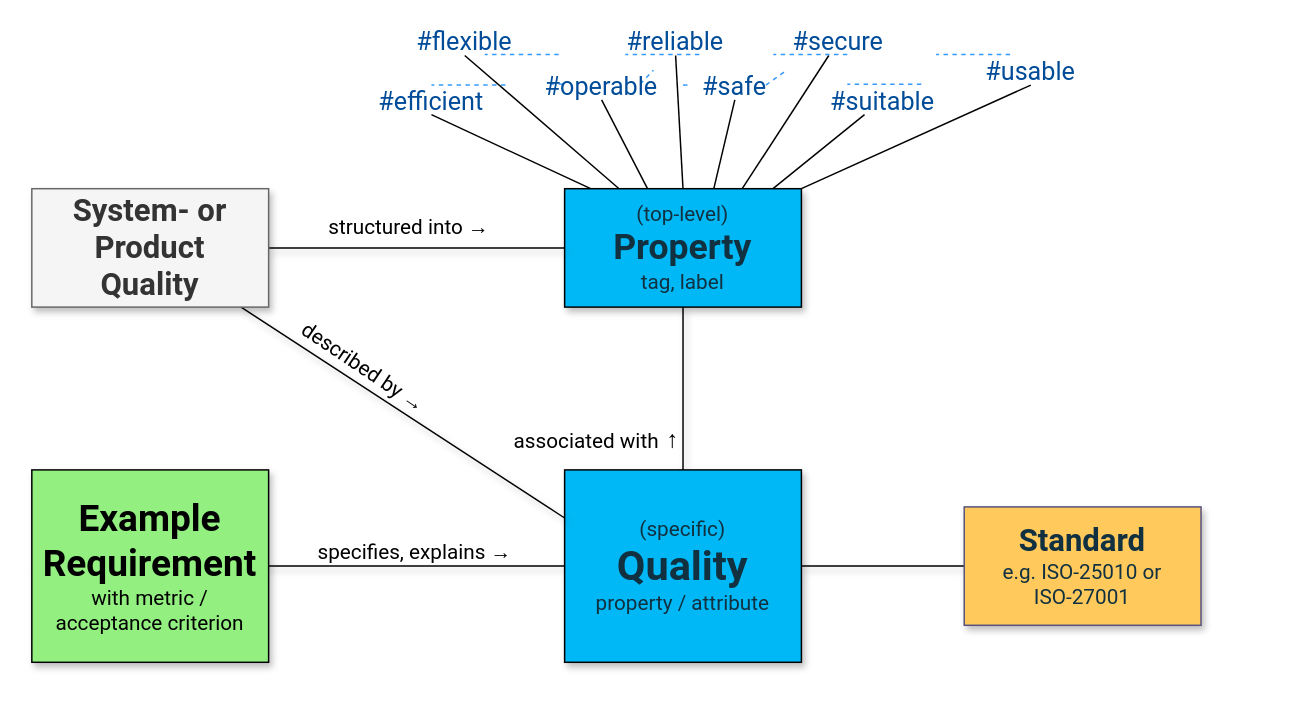
Before: page "Q42 Meta Model" (1 of 2) of originals/metamodel/q42-metamodel.drawio in arc42/quality.arc42.org-site, a draw.io diagram. Source tidied: cells renumbered, new cells numbered last; positions are measured from the earlier drawing's top-left corner, leaving out a move shared by most shapes. Both pictures are drawn from the tidied source at 148%, with x=0, y=0 at pixel (31, 25). Pictures stored in the file or linked from it are replaced by grey dashed boxes.
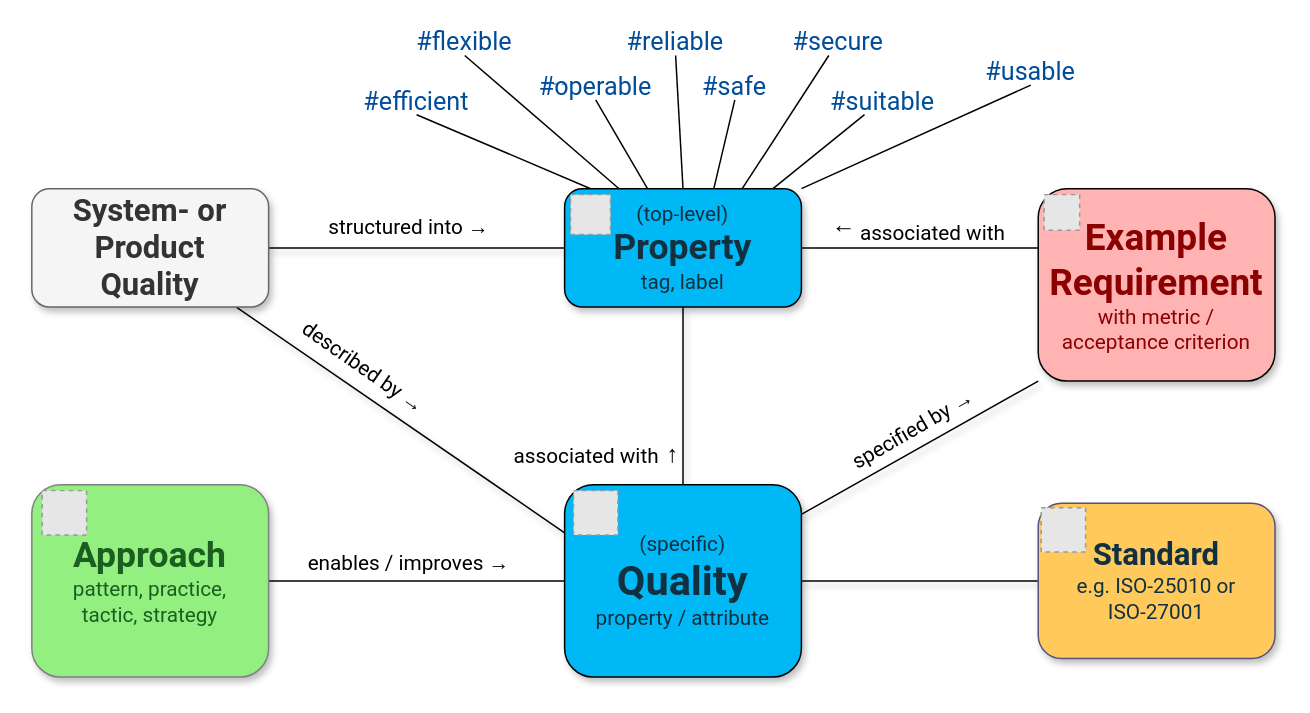
Above is the later version.

The change refers to these unchanged cells:
```xml
<mxCell id="43" value="&lt;p class=&quot;p1&quot; style=&quot;margin: 0px; font-variant-numeric: normal; font-variant-east-asian: normal; font-variant-alternates: normal; font-size-adjust: none; font-kerning: auto; font-optical-sizing: auto; font-feature-settings: normal; font-variation-settings: normal; font-variant-position: normal; font-variant-emoji: normal; font-stretch: normal; line-height: normal;&quot;&gt;&lt;span&gt;#safe&lt;/span&gt;&lt;/p&gt;" style="text;html=1;align=center;verticalAlign=middle;whiteSpace=wrap;rounded=0;fontFamily=Roboto;fontColor=#004C99;fontSize=17;" parent="1" vertex="1">
  <mxGeometry x="440" y="30" width="70" height="20" as="geometry" />
</mxCell>
```

The edit, as a diff of the source:
```diff
@@
-    <mxCell id="3" value="&lt;font style=&quot;font-size: 14px;&quot;&gt;(top-level)&lt;/font&gt;&lt;div&gt;&lt;font style=&quot;font-size: 24px;&quot;&gt;&lt;b&gt;Property&lt;/b&gt;&lt;/font&gt;&lt;/div&gt;&lt;div&gt;&lt;font style=&quot;font-size: 14px;&quot;&gt;tag, label&lt;/font&gt;&lt;/div&gt;" style="rounded=0;whiteSpace=wrap;html=1;fillColor=light-dark(#00B8F5,#EDEDED);fontFamily=Roboto;shadow=1;points=[[0,0,0,0,0],[0,0.5,0,0,0],[0,1,0,0,0],[0.11,0,0,0,0],[0.23,0,0,0,0],[0.25,1,0,0,0],[0.35,0,0,0,0],[0.5,0,0,0,0],[0.5,1,0,0,0],[0.63,0,0,0,0],[0.75,0,0,0,0],[0.75,1,0,0,0],[0.88,0,0,0,0],[1,0,0,0,0],[1,0.5,0,0,0],[1,1,0,0,0]];fontColor=#113040;" parent="1" vertex="1">
+    <mxCell id="3" value="&lt;font style=&quot;font-size: 14px;&quot;&gt;(top-level)&lt;/font&gt;&lt;div&gt;&lt;font style=&quot;font-size: 24px;&quot;&gt;&lt;b&gt;Property&lt;/b&gt;&lt;/font&gt;&lt;/div&gt;&lt;div&gt;&lt;font style=&quot;font-size: 14px;&quot;&gt;tag, label&lt;/font&gt;&lt;/div&gt;" style="rounded=1;whiteSpace=wrap;html=1;fillColor=light-dark(#00B8F5,#EDEDED);fontFamily=Roboto;shadow=1;points=[[0,0,0,0,0],[0,0.5,0,0,0],[0,1,0,0,0],[0.11,0,0,0,0],[0.23,0,0,0,0],[0.25,1,0,0,0],[0.35,0,0,0,0],[0.5,0,0,0,0],[0.5,1,0,0,0],[0.63,0,0,0,0],[0.75,0,0,0,0],[0.75,1,0,0,0],[0.88,0,0,0,0],[1,0,0,0,0],[1,0.5,0,0,0],[1,1,0,0,0]];fontColor=#113040;" parent="1" vertex="1">
       <mxGeometry x="360" y="110" width="160" height="80" as="geometry" />
     </mxCell>
-    <mxCell id="4" style="rounded=0;jettySize=auto;html=1;entryX=0;entryY=0.5;entryDx=0;entryDy=0;endArrow=none;startFill=0;fontFamily=Roboto;shadow=1;" parent="1" edge="1" source="6" target="10">
+    <mxCell id="4" style="rounded=0;jettySize=auto;html=1;endArrow=none;startFill=0;fontFamily=Roboto;shadow=1;" parent="1" edge="1" source="6" target="11">
       <mxGeometry relative="1" as="geometry" />
     </mxCell>
-    <mxCell id="5" style="edgeStyle=orthogonalEdgeStyle;rounded=0;jettySize=auto;html=1;endArrow=none;startFill=0;fontFamily=Roboto;shadow=1;" parent="1" edge="1" source="6" target="11">
-      <mxGeometry relative="1" as="geometry" />
-    </mxCell>
-    <mxCell id="6" value="&lt;div&gt;&lt;font style=&quot;font-size: 14px;&quot;&gt;(specific)&lt;/font&gt;&lt;/div&gt;&lt;font style=&quot;font-size: 28px;&quot;&gt;&lt;b style=&quot;&quot;&gt;Quality&lt;/b&gt;&lt;/font&gt;&lt;div&gt;&lt;font style=&quot;font-size: 14px;&quot;&gt;property / attribute&lt;/font&gt;&lt;/div&gt;" style="rounded=0;whiteSpace=wrap;html=1;fillColor=light-dark(#00B8F5,#EDEDED);fontFamily=Roboto;shadow=1;fontColor=#113040;" parent="1" vertex="1">
-      <mxGeometry x="360" y="300" width="160" height="130" as="geometry" />
-    </mxCell>
@@
-    <mxCell id="8" style="rounded=0;jettySize=auto;html=1;entryX=0;entryY=0.25;entryDx=0;entryDy=0;endArrow=none;startFill=0;fontFamily=Roboto;shadow=1;" parent="1" edge="1" source="9" target="6">
+    <mxCell id="8" style="rounded=0;jettySize=auto;html=1;endArrow=none;startFill=0;fontFamily=Roboto;shadow=1;entryX=0;entryY=0.25;entryDx=0;entryDy=0;" parent="1" edge="1" source="9" target="6">
       <mxGeometry relative="1" as="geometry" />
     </mxCell>
-    <mxCell id="9" value="&lt;font&gt;System- or&lt;/font&gt;&lt;div&gt;&lt;font&gt;Product&lt;/font&gt;&lt;/div&gt;&lt;div&gt;&lt;font&gt;Quality&lt;/font&gt;&lt;/div&gt;" style="rounded=0;whiteSpace=wrap;html=1;fontFamily=Roboto;fillColor=#f5f5f5;fontColor=#333333;strokeColor=#666666;fontSize=21;fontStyle=1;shadow=1;" parent="1" vertex="1">
+    <mxCell id="9" value="&lt;font&gt;System- or&lt;/font&gt;&lt;div&gt;&lt;font&gt;Product&lt;/font&gt;&lt;/div&gt;&lt;div&gt;&lt;font&gt;Quality&lt;/font&gt;&lt;/div&gt;" style="rounded=1;whiteSpace=wrap;html=1;fontFamily=Roboto;fillColor=#f5f5f5;fontColor=#333333;strokeColor=#666666;fontSize=21;fontStyle=1;shadow=1;" parent="1" vertex="1">
       <mxGeometry y="110" width="160" height="80" as="geometry" />
     </mxCell>
-    <mxCell id="10" value="&lt;div&gt;&lt;b style=&quot;background-color: transparent;&quot;&gt;&lt;font style=&quot;font-size: 25px;&quot;&gt;Example&lt;/font&gt;&lt;/b&gt;&lt;/div&gt;&lt;div&gt;&lt;font&gt;&lt;b style=&quot;&quot;&gt;&lt;font style=&quot;font-size: 25px;&quot;&gt;Requirement&lt;/font&gt;&lt;br&gt;&lt;/b&gt;&lt;/font&gt;&lt;div&gt;&lt;font style=&quot;font-size: 14px;&quot;&gt;with metric /&lt;/font&gt;&lt;/div&gt;&lt;/div&gt;&lt;div&gt;&lt;font style=&quot;font-size: 14px;&quot;&gt;acceptance criterion&lt;/font&gt;&lt;/div&gt;" style="rounded=0;whiteSpace=wrap;html=1;fillColor=light-dark(#92EF80,#EDEDED);fontFamily=Roboto;shadow=1;" parent="1" vertex="1">
-      <mxGeometry y="300" width="160" height="130" as="geometry" />
-    </mxCell>
-    <mxCell id="11" value="&lt;font style=&quot;color: rgb(17, 48, 64);&quot;&gt;&lt;font style=&quot;font-size: 21px;&quot;&gt;&lt;b style=&quot;&quot;&gt;Standard&lt;/b&gt;&lt;/font&gt;&lt;span style=&quot;font-size: 14px; background-color: transparent;&quot;&gt;&lt;br&gt;e.g. ISO-25010 or &lt;br&gt;ISO-27001&lt;/span&gt;&lt;/font&gt;" style="rounded=0;whiteSpace=wrap;html=1;fontFamily=Roboto;fillColor=#FFC95C;strokeColor=#56517e;shadow=1;" parent="1" vertex="1">
-      <mxGeometry x="630" y="325" width="160" height="80" as="geometry" />
-    </mxCell>
@@
-    <mxCell id="13" value="&lt;p class=&quot;p1&quot; style=&quot;margin: 0px; font-variant-numeric: normal; font-variant-east-asian: normal; font-variant-alternates: normal; font-size-adjust: none; font-kerning: auto; font-optical-sizing: auto; font-feature-settings: normal; font-variation-settings: normal; font-variant-position: normal; font-variant-emoji: normal; font-stretch: normal; line-height: normal;&quot;&gt;&lt;font style=&quot;font-size: 14px;&quot;&gt;described by →&lt;/font&gt;&lt;/p&gt;" style="text;html=1;align=center;verticalAlign=middle;whiteSpace=wrap;rounded=0;fontFamily=Roboto;rotation=34;" parent="1" vertex="1">
+    <mxCell id="13" value="&lt;p class=&quot;p1&quot; style=&quot;margin: 0px; font-variant-numeric: normal; font-variant-east-asian: normal; font-variant-alternates: normal; font-size-adjust: none; font-kerning: auto; font-optical-sizing: auto; font-feature-settings: normal; font-variation-settings: normal; font-variant-position: normal; font-variant-emoji: normal; font-stretch: normal; line-height: normal;&quot;&gt;&lt;font style=&quot;font-size: 14px;&quot;&gt;described by →&lt;/font&gt;&lt;/p&gt;" style="text;html=1;align=center;verticalAlign=middle;whiteSpace=wrap;rounded=0;fontFamily=Roboto;rotation=35;" parent="1" vertex="1">
       <mxGeometry x="160" y="220" width="130" height="20" as="geometry" />
     </mxCell>
-    <mxCell id="14" value="&lt;p class=&quot;p1&quot; style=&quot;margin: 0px; font-variant-numeric: normal; font-variant-east-asian: normal; font-variant-alternates: normal; font-size-adjust: none; font-kerning: auto; font-optical-sizing: auto; font-feature-settings: normal; font-variation-settings: normal; font-variant-position: normal; font-variant-emoji: normal; font-stretch: normal; line-height: normal;&quot;&gt;&lt;font style=&quot;font-size: 14px;&quot;&gt;specifies, explains →&lt;/font&gt;&lt;/p&gt;" style="text;html=1;align=center;verticalAlign=middle;whiteSpace=wrap;rounded=0;fontFamily=Roboto;" parent="1" vertex="1">
-      <mxGeometry x="188" y="340" width="142" height="30" as="geometry" />
-    </mxCell>
     <mxCell id="15" value="&lt;p class=&quot;p1&quot; style=&quot;margin: 0px; font-variant-numeric: normal; font-variant-east-asian: normal; font-variant-alternates: normal; font-size-adjust: none; font-kerning: auto; font-optical-sizing: auto; font-feature-settings: normal; font-variation-settings: normal; font-variant-position: normal; font-variant-emoji: normal; font-stretch: normal; line-height: normal;&quot;&gt;&lt;font&gt;#efficient&lt;/font&gt;&lt;/p&gt;" style="text;html=1;align=center;verticalAlign=middle;whiteSpace=wrap;rounded=0;fontFamily=Roboto;strokeColor=none;dashed=1;sketch=1;curveFitting=1;jiggle=2;fontColor=#004C99;fontSize=17;" parent="1" vertex="1">
-      <mxGeometry x="240" y="40" width="60" height="20" as="geometry" />
+      <mxGeometry x="230" y="40" width="60" height="20" as="geometry" />
     </mxCell>
@@
-    <mxCell id="29" style="rounded=0;orthogonalLoop=1;jettySize=auto;html=1;endArrow=none;startFill=0;entryX=1;entryY=0;entryDx=0;entryDy=0;entryPerimeter=0;strokeColor=#3399FF;strokeWidth=1;dashed=1;fontColor=#004C99;fontSize=17;" parent="1" edge="1">
-      <mxGeometry relative="1" as="geometry">
-        <mxPoint x="551" y="19.4" as="sourcePoint" />
-        <mxPoint x="501" y="19.4" as="targetPoint" />
-      </mxGeometry>
-    </mxCell>
-    <mxCell id="30" style="rounded=0;orthogonalLoop=1;jettySize=auto;html=1;endArrow=none;startFill=0;entryX=1;entryY=0;entryDx=0;entryDy=0;entryPerimeter=0;strokeColor=#3399FF;strokeWidth=1;dashed=1;fontColor=#004C99;fontSize=17;" parent="1" edge="1">
-      <mxGeometry relative="1" as="geometry">
-        <mxPoint x="601" y="39.4" as="sourcePoint" />
-        <mxPoint x="551" y="39.4" as="targetPoint" />
-      </mxGeometry>
-    </mxCell>
-    <mxCell id="31" style="rounded=0;orthogonalLoop=1;jettySize=auto;html=1;endArrow=none;startFill=0;entryX=1;entryY=0;entryDx=0;entryDy=0;entryPerimeter=0;strokeColor=#3399FF;strokeWidth=1;dashed=1;fontColor=#004C99;fontSize=17;" parent="1" edge="1">
-      <mxGeometry relative="1" as="geometry">
-        <mxPoint x="451" y="19.4" as="sourcePoint" />
-        <mxPoint x="401" y="19.4" as="targetPoint" />
-      </mxGeometry>
-    </mxCell>
-    <mxCell id="32" style="rounded=0;orthogonalLoop=1;jettySize=auto;html=1;endArrow=none;startFill=0;entryX=1;entryY=0;entryDx=0;entryDy=0;entryPerimeter=0;strokeColor=#3399FF;strokeWidth=1;dashed=1;fontColor=#004C99;fontSize=17;" parent="1" edge="1">
-      <mxGeometry relative="1" as="geometry">
-        <mxPoint x="356" y="19.4" as="sourcePoint" />
-        <mxPoint x="306" y="19.4" as="targetPoint" />
-      </mxGeometry>
-    </mxCell>
-    <mxCell id="33" style="rounded=0;orthogonalLoop=1;jettySize=auto;html=1;endArrow=none;startFill=0;entryX=1;entryY=0;entryDx=0;entryDy=0;entryPerimeter=0;strokeColor=#3399FF;strokeWidth=1;dashed=1;fontColor=#004C99;fontSize=17;" parent="1" edge="1">
-      <mxGeometry relative="1" as="geometry">
-        <mxPoint x="320" y="40" as="sourcePoint" />
-        <mxPoint x="270" y="40" as="targetPoint" />
-      </mxGeometry>
-    </mxCell>
@@
-    <mxCell id="35" style="rounded=0;orthogonalLoop=1;jettySize=auto;html=1;endArrow=none;startFill=0;entryX=1;entryY=0;entryDx=0;entryDy=0;entryPerimeter=0;strokeColor=#3399FF;strokeWidth=1;dashed=1;fontColor=#004C99;fontSize=17;" parent="1" edge="1">
-      <mxGeometry relative="1" as="geometry">
-        <mxPoint x="661" y="19.4" as="sourcePoint" />
-        <mxPoint x="611" y="19.4" as="targetPoint" />
-      </mxGeometry>
-    </mxCell>
-    <mxCell id="36" style="rounded=0;jettySize=auto;html=1;endArrow=none;startFill=0;entryX=1;entryY=0;entryDx=0;entryDy=0;entryPerimeter=0;strokeColor=#3399FF;strokeWidth=1;dashed=1;fontColor=#004C99;fontSize=17;" parent="1" edge="1" source="43">
-      <mxGeometry relative="1" as="geometry">
-        <mxPoint x="446" y="40" as="targetPoint" />
-      </mxGeometry>
-    </mxCell>
     <mxCell id="37" style="group;" parent="1" vertex="1">
-      <mxGeometry x="310" y="270" width="130" height="21" as="geometry" />
+      <mxGeometry x="310" y="280" width="130" height="21" as="geometry" />
     </mxCell>
@@
-    <mxCell id="40" style="rounded=0;jettySize=auto;html=1;endArrow=none;startFill=0;entryX=1;entryY=0;entryDx=0;entryDy=0;entryPerimeter=0;strokeColor=#3399FF;strokeWidth=1;dashed=1;fontColor=#004C99;fontSize=17;" parent="1" edge="1" target="41">
-      <mxGeometry relative="1" as="geometry">
-        <mxPoint x="411" y="39.4" as="sourcePoint" />
-      </mxGeometry>
-    </mxCell>
     <mxCell id="41" value="&lt;p class=&quot;p1&quot; style=&quot;margin: 0px; font-variant-numeric: normal; font-variant-east-asian: normal; font-variant-alternates: normal; font-size-adjust: none; font-kerning: auto; font-optical-sizing: auto; font-feature-settings: normal; font-variation-settings: normal; font-variant-position: normal; font-variant-emoji: normal; font-stretch: normal; line-height: normal;&quot;&gt;&lt;font&gt;#operable&lt;/font&gt;&lt;/p&gt;" style="text;html=1;align=center;verticalAlign=middle;whiteSpace=wrap;rounded=0;fontFamily=Roboto;fontColor=#004C99;fontSize=17;" parent="1" vertex="1">
-      <mxGeometry x="350" y="30" width="70" height="20" as="geometry" />
+      <mxGeometry x="346" y="30" width="70" height="20" as="geometry" />
     </mxCell>
-    <mxCell id="42" style="rounded=0;jettySize=auto;html=1;endArrow=none;startFill=0;entryX=1;entryY=0;entryDx=0;entryDy=0;entryPerimeter=0;strokeColor=#3399FF;strokeWidth=1;dashed=1;fontColor=#004C99;fontSize=17;" parent="1" edge="1" target="43">
-      <mxGeometry relative="1" as="geometry">
-        <mxPoint x="496" y="40" as="sourcePoint" />
-      </mxGeometry>
-    </mxCell>
@@
+    <mxCell id="44" style="rounded=0;jettySize=auto;html=1;endArrow=none;startFill=0;fontFamily=Roboto;shadow=1;" parent="1" edge="1" source="6">
+      <mxGeometry relative="1" as="geometry">
+        <mxPoint x="680" y="240" as="targetPoint" />
+      </mxGeometry>
+    </mxCell>
+    <mxCell id="6" value="&lt;div&gt;&lt;font style=&quot;font-size: 14px;&quot;&gt;(specific)&lt;/font&gt;&lt;/div&gt;&lt;font style=&quot;font-size: 28px;&quot;&gt;&lt;b style=&quot;&quot;&gt;Quality&lt;/b&gt;&lt;/font&gt;&lt;div&gt;&lt;font style=&quot;font-size: 14px;&quot;&gt;property / attribute&lt;/font&gt;&lt;/div&gt;" style="rounded=1;whiteSpace=wrap;html=1;fillColor=light-dark(#00B8F5,#EDEDED);fontFamily=Roboto;shadow=1;fontColor=#113040;" parent="1" vertex="1">
+      <mxGeometry x="360" y="310" width="160" height="130" as="geometry" />
+    </mxCell>
+    <mxCell id="45" value="&lt;p class=&quot;p1&quot; style=&quot;margin: 0px; font-variant-numeric: normal; font-variant-east-asian: normal; font-variant-alternates: normal; font-size-adjust: none; font-kerning: auto; font-optical-sizing: auto; font-feature-settings: normal; font-variation-settings: normal; font-variant-position: normal; font-variant-emoji: normal; font-stretch: normal; line-height: normal;&quot;&gt;&lt;font style=&quot;font-size: 14px;&quot;&gt;specified by →&lt;/font&gt;&lt;/p&gt;" style="text;html=1;align=center;verticalAlign=middle;whiteSpace=wrap;rounded=0;fontFamily=Roboto;rotation=-30;" parent="1" vertex="1">
+      <mxGeometry x="530" y="257" width="130" height="30" as="geometry" />
+    </mxCell>
+    <mxCell id="46" style="fillColor=#E6E6E6;strokeColor=#999999;dashed=1;verticalLabelPosition=bottom;verticalAlign=top;" parent="1" vertex="1">
+      <mxGeometry x="366" y="314" width="30" height="30" as="geometry" />
+    </mxCell>
+    <mxCell id="47" style="fillColor=#E6E6E6;strokeColor=#999999;dashed=1;verticalLabelPosition=bottom;verticalAlign=top;fontColor=#003366;" parent="1" vertex="1">
+      <mxGeometry x="364" y="114" width="27" height="27" as="geometry" />
+    </mxCell>
+    <mxCell id="48" style="edgeStyle=orthogonalEdgeStyle;rounded=0;jettySize=auto;html=1;endArrow=none;endFill=0;" parent="1" edge="1" source="49" target="6">
+      <mxGeometry relative="1" as="geometry" />
+    </mxCell>
+    <mxCell id="49" value="&lt;font style=&quot;font-size: 24px;&quot;&gt;&lt;b style=&quot;&quot;&gt;Approach&lt;/b&gt;&lt;/font&gt;&lt;div&gt;&lt;font style=&quot;font-size: 14px;&quot;&gt;pattern, practice,&lt;br&gt;tactic, s&lt;/font&gt;&lt;span style=&quot;font-size: 14px; background-color: transparent; color: light-dark(rgb(27, 94, 32), rgb(130, 188, 134));&quot;&gt;trategy&lt;/span&gt;&lt;/div&gt;" style="rounded=1;whiteSpace=wrap;html=1;fontFamily=Roboto;fillColor=light-dark(#92EF80,#272727);strokeColor=light-dark(#808080,#D7817E);shadow=1;fontColor=#1B5E20;" parent="1" vertex="1">
+      <mxGeometry y="310" width="160" height="130" as="geometry" />
+    </mxCell>
+    <mxCell id="50" value="&lt;p class=&quot;p1&quot; style=&quot;margin: 0px; font-variant-numeric: normal; font-variant-east-asian: normal; font-variant-alternates: normal; font-size-adjust: none; font-kerning: auto; font-optical-sizing: auto; font-feature-settings: normal; font-variation-settings: normal; font-variant-position: normal; font-variant-emoji: normal; font-stretch: normal; line-height: normal;&quot;&gt;&lt;font style=&quot;font-size: 14px;&quot;&gt;enables / improves →&lt;/font&gt;&lt;/p&gt;" style="text;html=1;align=center;verticalAlign=middle;whiteSpace=wrap;rounded=0;fontFamily=Roboto;" parent="1" vertex="1">
+      <mxGeometry x="180" y="347" width="150" height="30" as="geometry" />
+    </mxCell>
+    <mxCell id="51" style="fillColor=#E6E6E6;strokeColor=#999999;dashed=1;verticalLabelPosition=bottom;verticalAlign=top;" parent="1" vertex="1">
+      <mxGeometry x="7" y="314" width="30" height="30" as="geometry" />
+    </mxCell>
+    <mxCell id="52" style="group;" parent="1" vertex="1">
+      <mxGeometry x="680" y="110" width="160" height="130" as="geometry" />
+    </mxCell>
+    <mxCell id="10" value="&lt;div&gt;&lt;b style=&quot;background-color: transparent;&quot;&gt;&lt;font style=&quot;font-size: 25px;&quot;&gt;Example&lt;/font&gt;&lt;/b&gt;&lt;/div&gt;&lt;div&gt;&lt;font&gt;&lt;b style=&quot;&quot;&gt;&lt;font style=&quot;font-size: 25px;&quot;&gt;Requirement&lt;/font&gt;&lt;br&gt;&lt;/b&gt;&lt;/font&gt;&lt;div&gt;&lt;font style=&quot;font-size: 14px;&quot;&gt;with metric /&lt;/font&gt;&lt;/div&gt;&lt;/div&gt;&lt;div&gt;&lt;font style=&quot;font-size: 14px;&quot;&gt;acceptance criterion&lt;/font&gt;&lt;/div&gt;" style="rounded=1;whiteSpace=wrap;html=1;fillColor=light-dark(#ffb3b3, #EDEDED);fontFamily=Roboto;shadow=1;fontColor=#8B0000;" parent="52" vertex="1">
+      <mxGeometry width="160" height="130" as="geometry" />
+    </mxCell>
+    <mxCell id="53" style="fillColor=#E6E6E6;strokeColor=#999999;dashed=1;verticalLabelPosition=bottom;verticalAlign=top;" parent="52" vertex="1">
+      <mxGeometry x="4" y="4" width="24" height="24" as="geometry" />
+    </mxCell>
+    <mxCell id="54" style="group;" parent="1" vertex="1">
+      <mxGeometry x="680" y="322.5" width="160" height="105" as="geometry" />
+    </mxCell>
+    <mxCell id="11" value="&lt;font style=&quot;color: rgb(17, 48, 64);&quot;&gt;&lt;font style=&quot;font-size: 21px;&quot;&gt;&lt;b style=&quot;&quot;&gt;Standard&lt;/b&gt;&lt;/font&gt;&lt;span style=&quot;font-size: 14px; background-color: transparent;&quot;&gt;&lt;br&gt;e.g. ISO-25010 or &lt;br&gt;ISO-27001&lt;/span&gt;&lt;/font&gt;" style="rounded=1;whiteSpace=wrap;html=1;fontFamily=Roboto;fillColor=#FFC95C;strokeColor=#56517e;shadow=1;" parent="54" vertex="1">
+      <mxGeometry width="160" height="105" as="geometry" />
+    </mxCell>
+    <mxCell id="55" style="fillColor=#E6E6E6;strokeColor=#999999;dashed=1;verticalLabelPosition=bottom;verticalAlign=top;fontColor=#2C3E50;" parent="54" vertex="1">
+      <mxGeometry x="2" y="3" width="30" height="30" as="geometry" />
+    </mxCell>
+    <mxCell id="56" style="edgeStyle=orthogonalEdgeStyle;rounded=0;jettySize=auto;html=1;entryX=0;entryY=0.308;entryDx=0;entryDy=0;entryPerimeter=0;endArrow=none;endFill=0;" parent="1" edge="1" source="3" target="10">
+      <mxGeometry relative="1" as="geometry" />
+    </mxCell>
+    <mxCell id="57" style="group;" parent="1" vertex="1">
+      <mxGeometry x="530" y="129" width="130" height="22" as="geometry" />
+    </mxCell>
+    <mxCell id="58" value="&lt;p class=&quot;p1&quot; style=&quot;margin: 0px; font-variant-numeric: normal; font-variant-east-asian: normal; font-variant-alternates: normal; font-size-adjust: none; font-kerning: auto; font-optical-sizing: auto; font-feature-settings: normal; font-variation-settings: normal; font-variant-position: normal; font-variant-emoji: normal; font-stretch: normal; line-height: normal;&quot;&gt;&lt;font&gt;→&lt;/font&gt;&lt;/p&gt;" style="text;html=1;align=center;verticalAlign=middle;whiteSpace=wrap;rounded=0;fontFamily=Roboto;rotation=-180;fontSize=16;" parent="57" vertex="1">
+      <mxGeometry x="9" y="2" width="20" height="20" as="geometry" />
+    </mxCell>
+    <mxCell id="59" value="&lt;p style=&quot;margin: 0px; font-variant-numeric: normal; font-variant-east-asian: normal; font-variant-alternates: normal; font-size-adjust: none; font-kerning: auto; font-optical-sizing: auto; font-feature-settings: normal; font-variation-settings: normal; font-variant-position: normal; font-variant-emoji: normal; font-stretch: normal; line-height: normal;&quot; class=&quot;p1&quot;&gt;&lt;font style=&quot;font-size: 14px;&quot;&gt;associated with&lt;/font&gt;&lt;/p&gt;" style="text;html=1;align=right;verticalAlign=middle;whiteSpace=wrap;rounded=0;fontFamily=Roboto;rotation=0;" parent="57" vertex="1">
+      <mxGeometry width="130" height="20" as="geometry" />
+    </mxCell>
```
